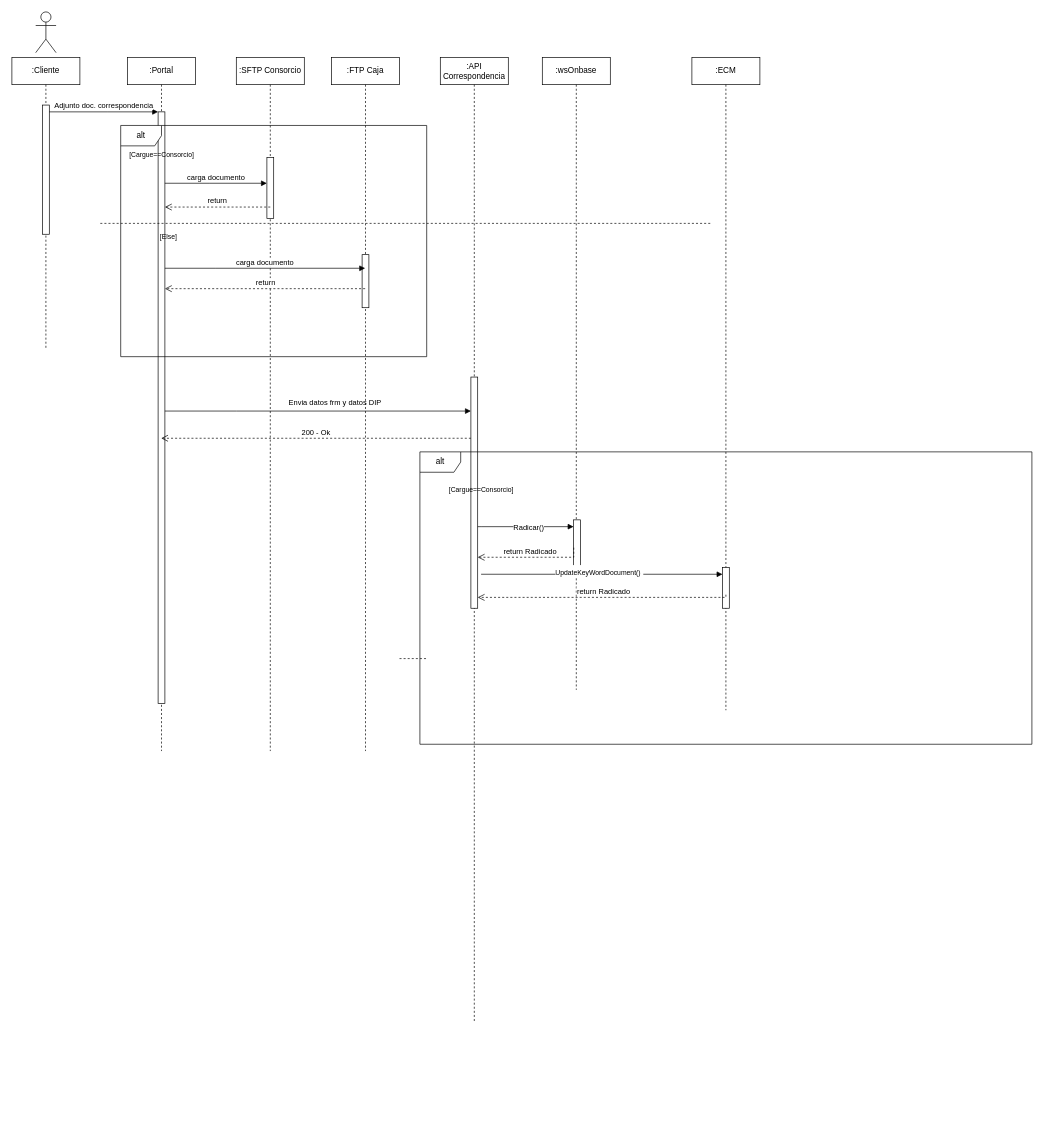
The draw.io diagram Sequence diagram Correspondencia.drawio in carlosvalderrama1204/BuzonFactura, before the edit. Source tidied: cells renumbered, new cells numbered last; positions are measured from the earlier drawing's top-left corner, leaving out a move shared by most shapes. Both pictures are drawn from the tidied source at 68%, with x=0, y=0 at pixel (12, 12).
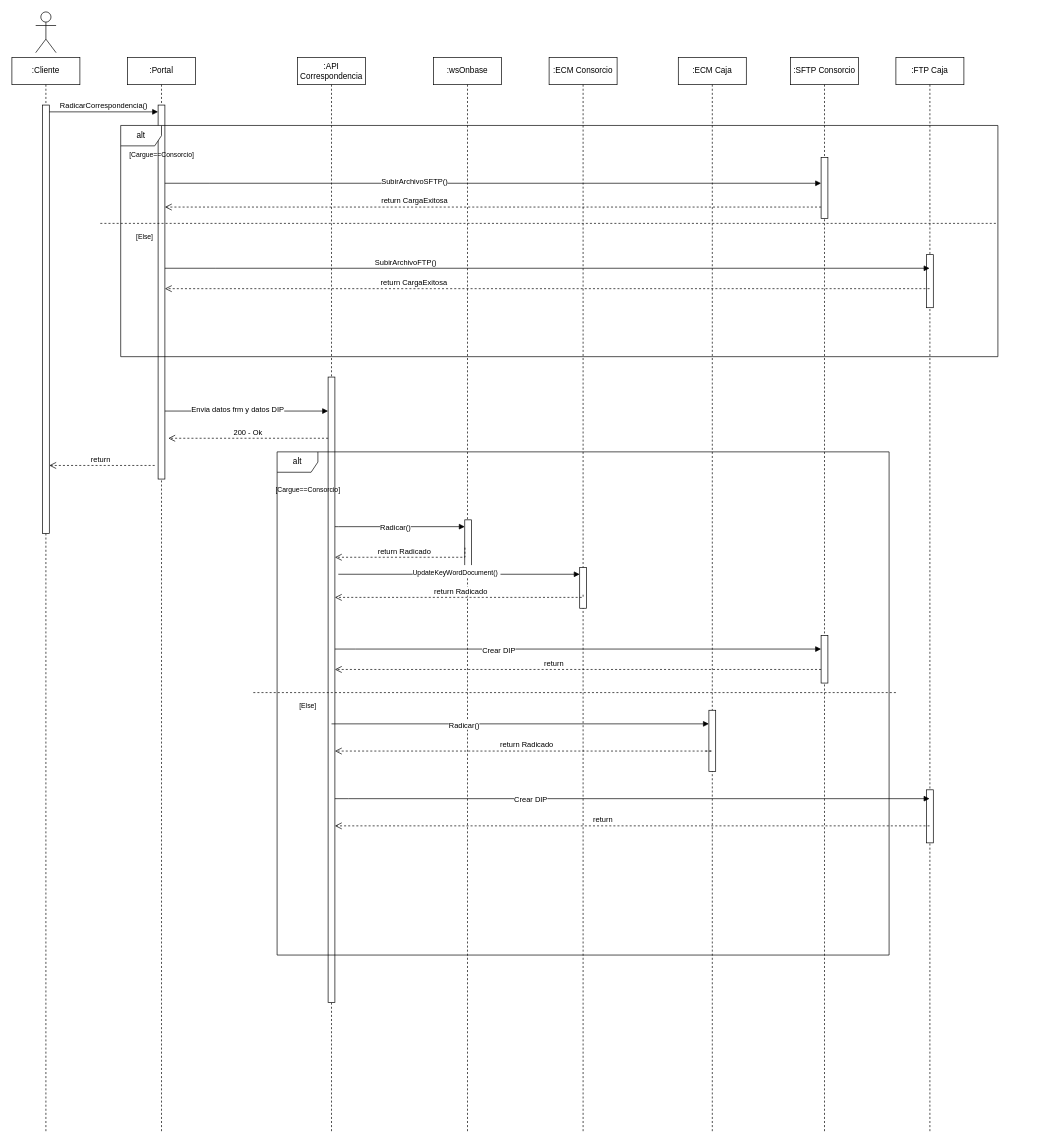
Above is the later version.

The change refers to these unchanged cells:
```xml
<mxCell id="9" style="html=1;points=[];perimeter=orthogonalPerimeter;outlineConnect=0;targetShapes=umlLifeline;portConstraint=eastwest;newEdgeStyle={&quot;edgeStyle&quot;:&quot;elbowEdgeStyle&quot;,&quot;elbow&quot;:&quot;vertical&quot;,&quot;curved&quot;:0,&quot;rounded&quot;:0};" parent="8" vertex="1">
  <mxGeometry x="45" y="147" width="10" height="90" as="geometry" />
</mxCell>
<mxCell id="13" style="html=1;points=[];perimeter=orthogonalPerimeter;outlineConnect=0;targetShapes=umlLifeline;portConstraint=eastwest;newEdgeStyle={&quot;edgeStyle&quot;:&quot;elbowEdgeStyle&quot;,&quot;elbow&quot;:&quot;vertical&quot;,&quot;curved&quot;:0,&quot;rounded&quot;:0};" parent="12" vertex="1">
  <mxGeometry x="46" y="680" width="10" height="70" as="geometry" />
</mxCell>
<mxCell id="15" style="html=1;points=[];perimeter=orthogonalPerimeter;outlineConnect=0;targetShapes=umlLifeline;portConstraint=eastwest;newEdgeStyle={&quot;edgeStyle&quot;:&quot;elbowEdgeStyle&quot;,&quot;elbow&quot;:&quot;vertical&quot;,&quot;curved&quot;:0,&quot;rounded&quot;:0};" parent="14" vertex="1">
  <mxGeometry x="45" y="750" width="10" height="60" as="geometry" />
</mxCell>
<mxCell id="18" style="html=1;verticalAlign=bottom;endArrow=block;edgeStyle=elbowEdgeStyle;elbow=horizontal;curved=0;rounded=0;" parent="1" edge="1" source="5" target="11">
  <mxGeometry relative="1" as="geometry">
    <Array as="points">
      <mxPoint x="330" y="587" />
    </Array>
  </mxGeometry>
</mxCell>
```

What changed in the source:
```diff
@@
     <mxCell id="2" value=":Cliente" style="shape=umlLifeline;perimeter=lifelinePerimeter;whiteSpace=wrap;html=1;newEdgeStyle={&quot;edgeStyle&quot;:&quot;elbowEdgeStyle&quot;,&quot;elbow&quot;:&quot;vertical&quot;,&quot;curved&quot;:0,&quot;rounded&quot;:0};" parent="1" vertex="1">
-      <mxGeometry y="67" width="100" height="430" as="geometry" />
+      <mxGeometry y="67" width="100" height="1580" as="geometry" />
     </mxCell>
     <mxCell id="3" style="html=1;points=[];perimeter=orthogonalPerimeter;outlineConnect=0;targetShapes=umlLifeline;portConstraint=eastwest;newEdgeStyle={&quot;edgeStyle&quot;:&quot;elbowEdgeStyle&quot;,&quot;elbow&quot;:&quot;vertical&quot;,&quot;curved&quot;:0,&quot;rounded&quot;:0};" parent="2" vertex="1">
-      <mxGeometry x="45" y="70" width="10" height="190" as="geometry" />
+      <mxGeometry x="45" y="70" width="10" height="630" as="geometry" />
     </mxCell>
     <mxCell id="4" value=":Portal" style="shape=umlLifeline;perimeter=lifelinePerimeter;whiteSpace=wrap;html=1;outlineConnect=0;portConstraint=eastwest;newEdgeStyle={&quot;edgeStyle&quot;:&quot;elbowEdgeStyle&quot;,&quot;elbow&quot;:&quot;vertical&quot;,&quot;curved&quot;:0,&quot;rounded&quot;:0};" parent="1" vertex="1">
-      <mxGeometry x="170" y="67" width="100" height="1020" as="geometry" />
+      <mxGeometry x="170" y="67" width="100" height="1580" as="geometry" />
     </mxCell>
     <mxCell id="5" style="html=1;points=[];perimeter=orthogonalPerimeter;outlineConnect=0;targetShapes=umlLifeline;portConstraint=eastwest;newEdgeStyle={&quot;edgeStyle&quot;:&quot;elbowEdgeStyle&quot;,&quot;elbow&quot;:&quot;vertical&quot;,&quot;curved&quot;:0,&quot;rounded&quot;:0};" parent="4" vertex="1">
-      <mxGeometry x="45" y="80" width="10" height="870" as="geometry" />
+      <mxGeometry x="45" y="70" width="10" height="550" as="geometry" />
     </mxCell>
-    <mxCell id="6" value="Adjunto doc. correspondencia" style="html=1;verticalAlign=bottom;endArrow=block;edgeStyle=elbowEdgeStyle;elbow=horizontal;curved=0;rounded=0;" parent="1" edge="1" source="3" target="5">
+    <mxCell id="6" value="RadicarCorrespondencia()" style="html=1;verticalAlign=bottom;endArrow=block;edgeStyle=elbowEdgeStyle;elbow=horizontal;curved=0;rounded=0;" parent="1" edge="1" source="3" target="5">
       <mxGeometry relative="1" as="geometry">
         <Array as="points">
           <mxPoint x="140" y="147" />
         </Array>
       </mxGeometry>
     </mxCell>
@@
     <mxCell id="8" value=":SFTP Consorcio" style="shape=umlLifeline;perimeter=lifelinePerimeter;whiteSpace=wrap;html=1;newEdgeStyle={&quot;edgeStyle&quot;:&quot;elbowEdgeStyle&quot;,&quot;elbow&quot;:&quot;vertical&quot;,&quot;curved&quot;:0,&quot;rounded&quot;:0};" parent="1" vertex="1">
-      <mxGeometry x="330" y="67" width="100" height="1020" as="geometry" />
+      <mxGeometry x="1145" y="67" width="100" height="1580" as="geometry" />
     </mxCell>
@@
+    <mxCell id="38" style="html=1;points=[];perimeter=orthogonalPerimeter;outlineConnect=0;targetShapes=umlLifeline;portConstraint=eastwest;newEdgeStyle={&quot;edgeStyle&quot;:&quot;elbowEdgeStyle&quot;,&quot;elbow&quot;:&quot;vertical&quot;,&quot;curved&quot;:0,&quot;rounded&quot;:0};" parent="8" vertex="1">
+      <mxGeometry x="45" y="850" width="10" height="70" as="geometry" />
+    </mxCell>
     <mxCell id="10" value=":API Correspondencia" style="shape=umlLifeline;perimeter=lifelinePerimeter;whiteSpace=wrap;html=1;newEdgeStyle={&quot;edgeStyle&quot;:&quot;elbowEdgeStyle&quot;,&quot;elbow&quot;:&quot;vertical&quot;,&quot;curved&quot;:0,&quot;rounded&quot;:0};" parent="1" vertex="1">
-      <mxGeometry x="630" y="67" width="100" height="1420" as="geometry" />
+      <mxGeometry x="420" y="67" width="100" height="1580" as="geometry" />
     </mxCell>
     <mxCell id="11" style="html=1;points=[];perimeter=orthogonalPerimeter;outlineConnect=0;targetShapes=umlLifeline;portConstraint=eastwest;newEdgeStyle={&quot;edgeStyle&quot;:&quot;elbowEdgeStyle&quot;,&quot;elbow&quot;:&quot;vertical&quot;,&quot;curved&quot;:0,&quot;rounded&quot;:0};" parent="10" vertex="1">
-      <mxGeometry x="45" y="470" width="10" height="340" as="geometry" />
+      <mxGeometry x="45" y="470" width="10" height="920" as="geometry" />
     </mxCell>
     <mxCell id="12" value=":wsOnbase" style="shape=umlLifeline;perimeter=lifelinePerimeter;whiteSpace=wrap;html=1;newEdgeStyle={&quot;edgeStyle&quot;:&quot;elbowEdgeStyle&quot;,&quot;elbow&quot;:&quot;vertical&quot;,&quot;curved&quot;:0,&quot;rounded&quot;:0};" parent="1" vertex="1">
-      <mxGeometry x="780" y="67" width="100" height="930" as="geometry" />
+      <mxGeometry x="620" y="67" width="100" height="1580" as="geometry" />
     </mxCell>
@@
-    <mxCell id="14" value=":ECM" style="shape=umlLifeline;perimeter=lifelinePerimeter;whiteSpace=wrap;html=1;newEdgeStyle={&quot;edgeStyle&quot;:&quot;elbowEdgeStyle&quot;,&quot;elbow&quot;:&quot;vertical&quot;,&quot;curved&quot;:0,&quot;rounded&quot;:0};" parent="1" vertex="1">
-      <mxGeometry x="1000" y="67" width="100" height="960" as="geometry" />
+    <mxCell id="14" value=":ECM Consorcio" style="shape=umlLifeline;perimeter=lifelinePerimeter;whiteSpace=wrap;html=1;newEdgeStyle={&quot;edgeStyle&quot;:&quot;elbowEdgeStyle&quot;,&quot;elbow&quot;:&quot;vertical&quot;,&quot;curved&quot;:0,&quot;rounded&quot;:0};" parent="1" vertex="1">
+      <mxGeometry x="790" y="67" width="100" height="1580" as="geometry" />
     </mxCell>
@@
-    <mxCell id="16" value="carga documento" style="html=1;verticalAlign=bottom;endArrow=block;edgeStyle=elbowEdgeStyle;elbow=horizontal;curved=0;rounded=0;" parent="1" edge="1" source="5" target="9">
-      <mxGeometry relative="1" as="geometry">
+    <mxCell id="16" value="SubirArchivoSFTP()" style="html=1;verticalAlign=bottom;endArrow=block;edgeStyle=elbowEdgeStyle;elbow=horizontal;curved=0;rounded=0;" parent="1" edge="1" source="5" target="9">
+      <mxGeometry x="-0.24" y="-7" relative="1" as="geometry">
         <Array as="points">
           <mxPoint x="290" y="252" />
           <mxPoint x="310" y="187" />
         </Array>
       </mxGeometry>
     </mxCell>
-    <mxCell id="17" value="return" style="html=1;verticalAlign=bottom;endArrow=open;dashed=1;endSize=8;edgeStyle=elbowEdgeStyle;elbow=vertical;curved=0;rounded=0;" parent="1" edge="1" target="5">
-      <mxGeometry relative="1" as="geometry">
-        <mxPoint x="380" y="287" as="sourcePoint" />
+    <mxCell id="17" value="return CargaExitosa" style="html=1;verticalAlign=bottom;endArrow=open;dashed=1;endSize=8;edgeStyle=elbowEdgeStyle;elbow=vertical;curved=0;rounded=0;" parent="1" edge="1" source="9" target="5">
+      <mxGeometry x="0.24" relative="1" as="geometry">
         <Array as="points">
           <mxPoint x="320.5" y="287" />
         </Array>
       </mxGeometry>
     </mxCell>
@@
     <mxCell id="19" value="&lt;div&gt;&lt;br&gt;&lt;/div&gt;&lt;div&gt;Envia datos frm y datos DIP&lt;br&gt;&lt;/div&gt;" style="edgeLabel;html=1;align=center;verticalAlign=middle;" parent="18" vertex="1">
       <mxGeometry x="0.18" y="2" relative="1" as="geometry">
-        <mxPoint x="-17" y="-18" as="offset" />
+        <mxPoint x="-36" y="-8" as="offset" />
       </mxGeometry>
     </mxCell>
-    <mxCell id="20" value="200 - Ok" style="html=1;verticalAlign=bottom;endArrow=open;dashed=1;endSize=8;edgeStyle=elbowEdgeStyle;elbow=vertical;curved=0;rounded=0;" parent="1" edge="1" source="11" target="4">
+    <mxCell id="20" value="200 - Ok" style="html=1;verticalAlign=bottom;endArrow=open;dashed=1;endSize=8;edgeStyle=elbowEdgeStyle;elbow=vertical;curved=0;rounded=0;" parent="1" edge="1" source="11">
       <mxGeometry relative="1" as="geometry">
+        <mxPoint x="230" y="627" as="targetPoint" />
         <Array as="points">
           <mxPoint x="425" y="627" />
         </Array>
       </mxGeometry>
     </mxCell>
     <mxCell id="21" value="alt" style="shape=umlFrame;whiteSpace=wrap;html=1;" parent="1" vertex="1">
-      <mxGeometry x="600" y="647" width="900" height="430" as="geometry" />
+      <mxGeometry x="390" y="647" width="900" height="740" as="geometry" />
     </mxCell>
     <mxCell id="22" style="line;strokeWidth=1;fillColor=none;align=left;verticalAlign=middle;spacingTop=-1;spacingLeft=3;spacingRight=3;labelPosition=right;strokeColor=inherit;dashed=1;" parent="1" vertex="1">
-      <mxGeometry x="570" y="947" width="40" height="8" as="geometry" />
+      <mxGeometry x="355" y="997" width="945" height="8" as="geometry" />
     </mxCell>
     <mxCell id="23" style="html=1;verticalAlign=bottom;endArrow=block;edgeStyle=elbowEdgeStyle;elbow=vertical;curved=0;rounded=0;" parent="1" edge="1" source="11" target="13">
       <mxGeometry relative="1" as="geometry">
         <Array as="points">
-          <mxPoint x="690" y="757" />
+          <mxPoint x="480" y="757" />
         </Array>
       </mxGeometry>
     </mxCell>
@@
     <mxCell id="25" value="return Radicado" style="html=1;verticalAlign=bottom;endArrow=open;dashed=1;endSize=8;edgeStyle=elbowEdgeStyle;elbow=vertical;curved=0;rounded=0;exitX=0.026;exitY=0.584;exitDx=0;exitDy=0;exitPerimeter=0;" parent="1" edge="1" source="13" target="11">
       <mxGeometry relative="1" as="geometry">
         <Array as="points">
-          <mxPoint x="835" y="802" />
+          <mxPoint x="625" y="802" />
         </Array>
       </mxGeometry>
     </mxCell>
     <mxCell id="26" style="html=1;verticalAlign=bottom;endArrow=block;edgeStyle=elbowEdgeStyle;elbow=vertical;curved=0;rounded=0;" parent="1" edge="1" target="15">
       <mxGeometry relative="1" as="geometry">
-        <mxPoint x="690" y="827" as="sourcePoint" />
+        <mxPoint x="480" y="827" as="sourcePoint" />
       </mxGeometry>
     </mxCell>
@@
     <mxCell id="28" value="alt" style="shape=umlFrame;whiteSpace=wrap;html=1;" parent="1" vertex="1">
-      <mxGeometry x="160" y="167" width="450" height="340" as="geometry" />
+      <mxGeometry x="160" y="167" width="1290" height="340" as="geometry" />
     </mxCell>
@@
     <mxCell id="30" style="line;strokeWidth=1;fillColor=none;align=left;verticalAlign=middle;spacingTop=-1;spacingLeft=3;spacingRight=3;labelPosition=right;strokeColor=inherit;dashed=1;" parent="1" vertex="1">
-      <mxGeometry x="130" y="307" width="900" height="8" as="geometry" />
+      <mxGeometry x="130" y="307" width="1320" height="8" as="geometry" />
     </mxCell>
     <mxCell id="31" value="&lt;font style=&quot;font-size: 10px;&quot;&gt;[Else]&lt;/font&gt;" style="text;html=1;align=center;verticalAlign=middle;strokeColor=none;fillColor=none;" parent="1" vertex="1">
-      <mxGeometry x="205" y="315" width="50" height="30" as="geometry" />
+      <mxGeometry x="170" y="315" width="50" height="30" as="geometry" />
     </mxCell>
     <mxCell id="32" value=":FTP Caja" style="shape=umlLifeline;perimeter=lifelinePerimeter;whiteSpace=wrap;html=1;outlineConnect=0;portConstraint=eastwest;newEdgeStyle={&quot;edgeStyle&quot;:&quot;elbowEdgeStyle&quot;,&quot;elbow&quot;:&quot;vertical&quot;,&quot;curved&quot;:0,&quot;rounded&quot;:0};" parent="1" vertex="1">
-      <mxGeometry x="470" y="67" width="100" height="1020" as="geometry" />
+      <mxGeometry x="1300" y="67" width="100" height="1580" as="geometry" />
     </mxCell>
@@
+    <mxCell id="39" style="html=1;perimeter=orthogonalPerimeter;targetShapes=umlLifeline;newEdgeStyle={&quot;edgeStyle&quot;:&quot;elbowEdgeStyle&quot;,&quot;elbow&quot;:&quot;vertical&quot;,&quot;curved&quot;:0,&quot;rounded&quot;:0};" parent="32" vertex="1">
+      <mxGeometry x="45" y="1077" width="10" height="78" as="geometry" />
+    </mxCell>
-    <mxCell id="34" value="carga documento" style="html=1;verticalAlign=bottom;endArrow=block;edgeStyle=elbowEdgeStyle;elbow=horizontal;curved=0;rounded=0;" parent="1" edge="1" source="5" target="32">
-      <mxGeometry relative="1" as="geometry">
+    <mxCell id="34" value="SubirArchivoFTP()" style="html=1;verticalAlign=bottom;endArrow=block;edgeStyle=elbowEdgeStyle;elbow=horizontal;curved=0;rounded=0;" parent="1" edge="1" source="5" target="32">
+      <mxGeometry x="-0.37" relative="1" as="geometry">
         <Array as="points">
           <mxPoint x="300" y="377" />
           <mxPoint x="320" y="312" />
         </Array>
       </mxGeometry>
     </mxCell>
-    <mxCell id="35" value="return" style="html=1;verticalAlign=bottom;endArrow=open;dashed=1;endSize=8;edgeStyle=elbowEdgeStyle;elbow=vertical;curved=0;rounded=0;" parent="1" edge="1" source="32" target="5">
-      <mxGeometry relative="1" as="geometry">
+    <mxCell id="35" value="return CargaExitosa" style="html=1;verticalAlign=bottom;endArrow=open;dashed=1;endSize=8;edgeStyle=elbowEdgeStyle;elbow=vertical;curved=0;rounded=0;" parent="1" edge="1" source="32" target="5">
+      <mxGeometry x="0.35" relative="1" as="geometry">
         <Array as="points">
           <mxPoint x="383" y="407" />
         </Array>
       </mxGeometry>
     </mxCell>
     <mxCell id="36" value="&lt;font style=&quot;font-size: 10px;&quot;&gt;[Cargue==Consorcio]&lt;/font&gt;" style="text;html=1;align=center;verticalAlign=middle;strokeColor=none;fillColor=none;" parent="1" vertex="1">
-      <mxGeometry x="630" y="687" width="120" height="30" as="geometry" />
+      <mxGeometry x="375" y="687" width="120" height="30" as="geometry" />
     </mxCell>
     <mxCell id="37" value="return Radicado" style="html=1;verticalAlign=bottom;endArrow=open;dashed=1;endSize=8;edgeStyle=elbowEdgeStyle;elbow=vertical;curved=0;rounded=0;exitX=0.5;exitY=0.667;exitDx=0;exitDy=0;exitPerimeter=0;" parent="1" edge="1" source="15" target="11">
       <mxGeometry relative="1" as="geometry">
         <Array as="points">
-          <mxPoint x="845" y="861" />
+          <mxPoint x="635" y="861" />
         </Array>
       </mxGeometry>
     </mxCell>
+    <mxCell id="40" value=":ECM Caja" style="shape=umlLifeline;perimeter=lifelinePerimeter;whiteSpace=wrap;html=1;newEdgeStyle={&quot;edgeStyle&quot;:&quot;elbowEdgeStyle&quot;,&quot;elbow&quot;:&quot;vertical&quot;,&quot;curved&quot;:0,&quot;rounded&quot;:0};" parent="1" vertex="1">
+      <mxGeometry x="980" y="67" width="100" height="1580" as="geometry" />
+    </mxCell>
+    <mxCell id="41" style="html=1;points=[];perimeter=orthogonalPerimeter;outlineConnect=0;targetShapes=umlLifeline;portConstraint=eastwest;newEdgeStyle={&quot;edgeStyle&quot;:&quot;elbowEdgeStyle&quot;,&quot;elbow&quot;:&quot;vertical&quot;,&quot;curved&quot;:0,&quot;rounded&quot;:0};" parent="40" vertex="1">
+      <mxGeometry x="45" y="960" width="10" height="90" as="geometry" />
+    </mxCell>
+    <mxCell id="42" style="html=1;verticalAlign=bottom;endArrow=block;edgeStyle=elbowEdgeStyle;elbow=vertical;curved=0;rounded=0;" parent="1" edge="1" source="11" target="38">
+      <mxGeometry relative="1" as="geometry">
+        <Array as="points">
+          <mxPoint x="505" y="937" />
+        </Array>
+      </mxGeometry>
+    </mxCell>
+    <mxCell id="43" value="Crear DIP" style="edgeLabel;html=1;align=center;verticalAlign=middle;" parent="42" vertex="1">
+      <mxGeometry x="-0.42" y="-1" relative="1" as="geometry">
+        <mxPoint x="33" as="offset" />
+      </mxGeometry>
+    </mxCell>
+    <mxCell id="44" value="return" style="html=1;verticalAlign=bottom;endArrow=open;dashed=1;endSize=8;edgeStyle=elbowEdgeStyle;elbow=vertical;curved=0;rounded=0;" parent="1" edge="1" source="38" target="11">
+      <mxGeometry x="0.1" relative="1" as="geometry">
+        <Array as="points">
+          <mxPoint x="640" y="967" />
+        </Array>
+      </mxGeometry>
+    </mxCell>
+    <mxCell id="45" value="&lt;font style=&quot;font-size: 10px;&quot;&gt;[Else]&lt;/font&gt;" style="text;html=1;align=center;verticalAlign=middle;strokeColor=none;fillColor=none;" parent="1" vertex="1">
+      <mxGeometry x="410" y="1005" width="50" height="30" as="geometry" />
+    </mxCell>
+    <mxCell id="46" style="html=1;verticalAlign=bottom;endArrow=block;edgeStyle=elbowEdgeStyle;elbow=vertical;curved=0;rounded=0;" parent="1" edge="1" target="41">
+      <mxGeometry relative="1" as="geometry">
+        <mxPoint x="470" y="1047" as="sourcePoint" />
+        <Array as="points">
+          <mxPoint x="475" y="1047" />
+        </Array>
+      </mxGeometry>
+    </mxCell>
+    <mxCell id="47" value="Radicar()" style="edgeLabel;html=1;align=center;verticalAlign=middle;" parent="46" vertex="1">
+      <mxGeometry x="-0.42" y="-1" relative="1" as="geometry">
+        <mxPoint x="33" as="offset" />
+      </mxGeometry>
+    </mxCell>
+    <mxCell id="48" value="return Radicado" style="html=1;verticalAlign=bottom;endArrow=open;dashed=1;endSize=8;edgeStyle=elbowEdgeStyle;elbow=vertical;curved=0;rounded=0;" parent="1" edge="1" target="11">
+      <mxGeometry relative="1" as="geometry">
+        <mxPoint x="1020" y="1087" as="sourcePoint" />
+        <Array as="points">
+          <mxPoint x="1030" y="1087" />
+        </Array>
+      </mxGeometry>
+    </mxCell>
+    <mxCell id="49" style="html=1;verticalAlign=bottom;endArrow=block;edgeStyle=elbowEdgeStyle;elbow=vertical;curved=0;rounded=0;" parent="1" edge="1" source="11" target="32">
+      <mxGeometry relative="1" as="geometry">
+        <Array as="points">
+          <mxPoint x="495" y="1157" />
+        </Array>
+      </mxGeometry>
+    </mxCell>
+    <mxCell id="50" value="Crear DIP" style="edgeLabel;html=1;align=center;verticalAlign=middle;" parent="49" vertex="1">
+      <mxGeometry x="-0.42" y="-1" relative="1" as="geometry">
+        <mxPoint x="33" as="offset" />
+      </mxGeometry>
+    </mxCell>
+    <mxCell id="51" value="return" style="html=1;verticalAlign=bottom;endArrow=open;dashed=1;endSize=8;edgeStyle=elbowEdgeStyle;elbow=vertical;curved=0;rounded=0;" parent="1" edge="1" source="32" target="11">
+      <mxGeometry x="0.1" relative="1" as="geometry">
+        <Array as="points">
+          <mxPoint x="650" y="1197" />
+        </Array>
+      </mxGeometry>
+    </mxCell>
+    <mxCell id="52" value="return&amp;nbsp;" style="html=1;verticalAlign=bottom;endArrow=open;dashed=1;endSize=8;edgeStyle=elbowEdgeStyle;elbow=vertical;curved=0;rounded=0;" parent="1" edge="1" target="3">
+      <mxGeometry relative="1" as="geometry">
+        <mxPoint x="210" y="667" as="sourcePoint" />
+      </mxGeometry>
+    </mxCell>
```
